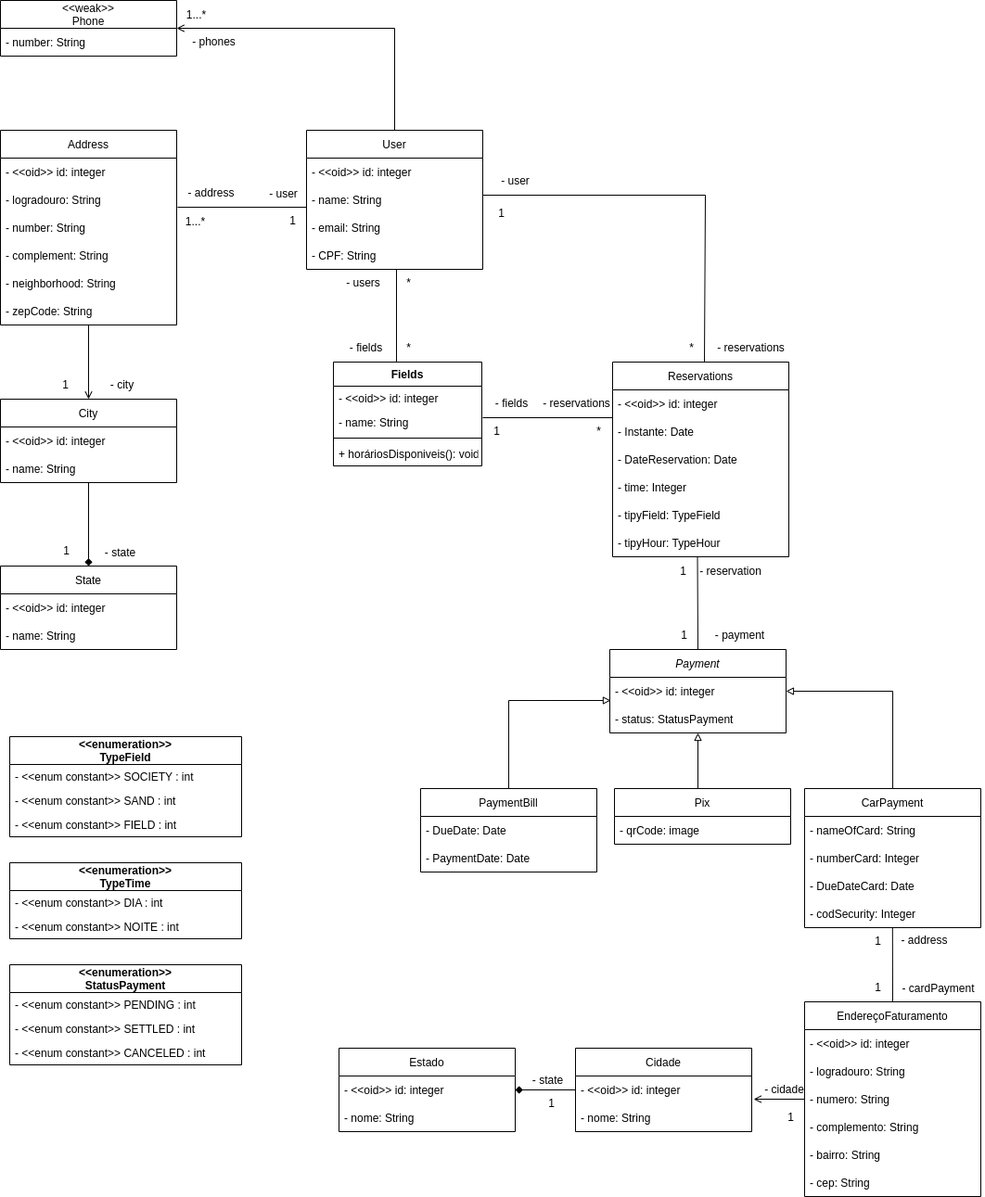
Above: Agendamento-Quadra.drawio.png in matheuskassagas/API-for-scheduling-rentals-fields (draw.io), before the change. Source tidied: cells renumbered, new cells last; positions are measured from the earlier drawing's top-left corner, leaving out a move shared by most shapes.
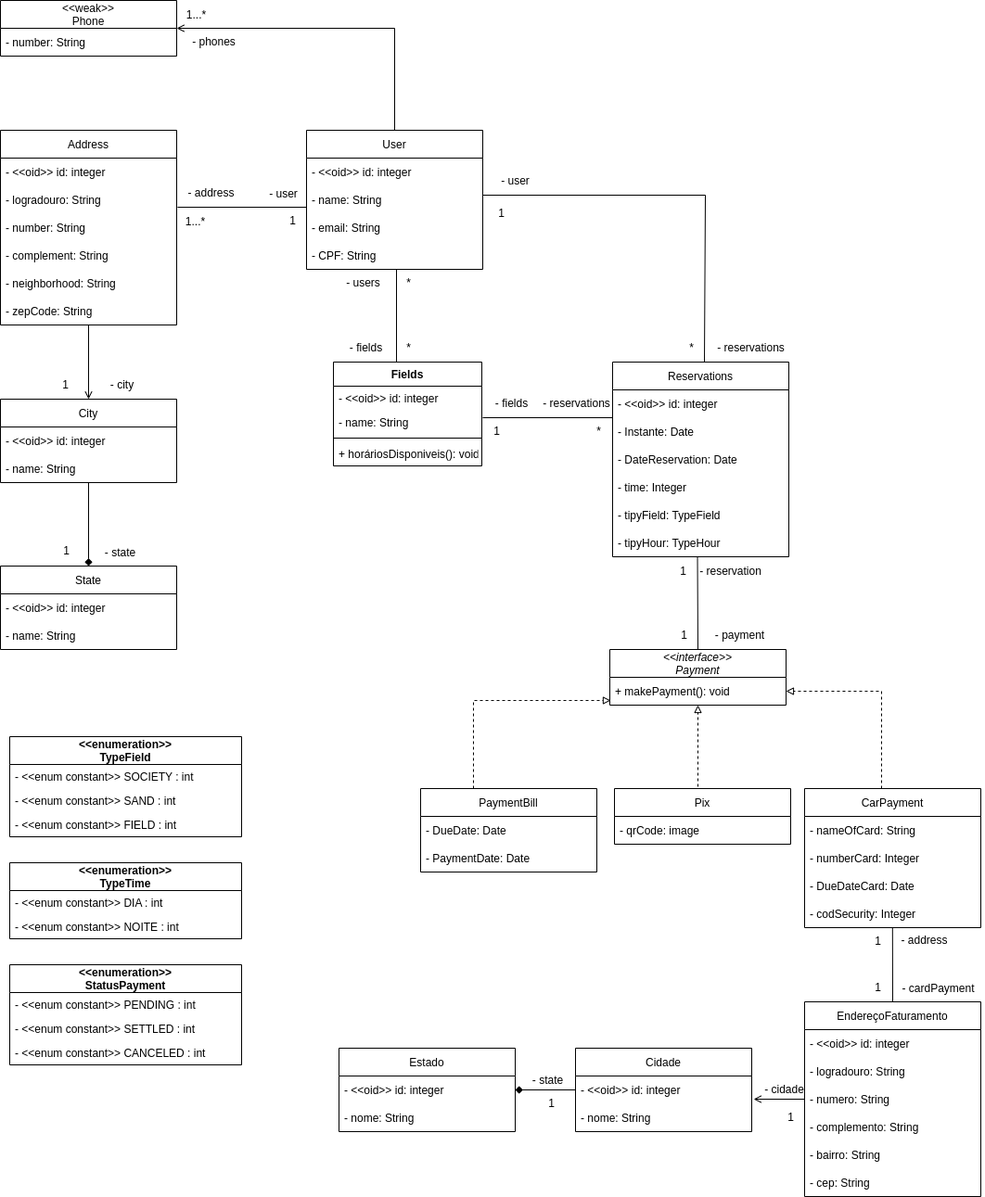
Later version of the same file.

What changed in the source:
```diff
@@ -139,17 +139,19 @@
     <mxCell id="44" value="- number: String" style="text;strokeColor=none;fillColor=none;align=left;verticalAlign=middle;spacingLeft=4;spacingRight=4;overflow=hidden;" parent="43" vertex="1">
       <mxGeometry y="30" width="190" height="30" as="geometry" />
     </mxCell>
-    <mxCell id="45" value="Payment" style="swimlane;fontStyle=2;horizontal=1;startSize=30;" parent="1" vertex="1">
-      <mxGeometry x="657" y="700" width="190" height="90" as="geometry" />
+    <mxCell id="45" value="&lt;&lt;interface&gt;&gt;&#10;Payment" style="swimlane;fontStyle=2;horizontal=1;startSize=30;" parent="1" vertex="1">
+      <mxGeometry x="657" y="700" width="190" height="60" as="geometry" />
     </mxCell>
-    <mxCell id="46" value="- &lt;&lt;oid&gt;&gt; id: integer" style="text;strokeColor=none;fillColor=none;align=left;verticalAlign=middle;spacingLeft=4;spacingRight=4;overflow=hidden;points=[[0,0.5],[1,0.5]];portConstraint=eastwest;" parent="45" vertex="1">
-      <mxGeometry y="30" width="190" height="30" as="geometry" />
-    </mxCell>
-    <mxCell id="47" value="- status: StatusPayment" style="text;strokeColor=none;fillColor=none;align=left;verticalAlign=middle;spacingLeft=4;spacingRight=4;overflow=hidden;" parent="45" vertex="1">
-      <mxGeometry y="60" width="190" height="30" as="geometry" />
-    </mxCell>
+    <mxCell id="119" value="+ makePayment(): void" style="text;strokeColor=none;fillColor=none;align=left;verticalAlign=middle;spacingLeft=4;spacingRight=4;overflow=hidden;" parent="45" vertex="1">
+      <mxGeometry y="30" width="190" height="30" as="geometry" />
+    </mxCell>
-    <mxCell id="48" style="edgeStyle=orthogonalEdgeStyle;rounded=0;jettySize=auto;html=1;entryX=1;entryY=0.5;entryDx=0;entryDy=0;endArrow=block;endFill=0;" parent="1" edge="1" source="49" target="46">
-      <mxGeometry relative="1" as="geometry" />
+    <mxCell id="48" style="edgeStyle=orthogonalEdgeStyle;rounded=0;jettySize=auto;html=1;entryX=1;entryY=0.5;entryDx=0;entryDy=0;endArrow=block;endFill=0;dashed=1;" parent="1" edge="1" source="49">
+      <mxGeometry relative="1" as="geometry">
+        <mxPoint x="847" y="745" as="targetPoint" />
+        <Array as="points">
+          <mxPoint x="950" y="745" />
+        </Array>
+      </mxGeometry>
     </mxCell>
     <mxCell id="49" value="CarPayment" style="swimlane;fontStyle=0;horizontal=1;startSize=30;" parent="1" vertex="1">
       <mxGeometry x="867" y="850" width="190" height="150" as="geometry" />
@@ -166,8 +168,13 @@
     <mxCell id="53" value="- codSecurity: Integer" style="text;strokeColor=none;fillColor=none;align=left;verticalAlign=middle;spacingLeft=4;spacingRight=4;overflow=hidden;points=[[0,0.5],[1,0.5]];portConstraint=eastwest;" parent="49" vertex="1">
       <mxGeometry y="120" width="190" height="30" as="geometry" />
     </mxCell>
-    <mxCell id="54" style="edgeStyle=orthogonalEdgeStyle;rounded=0;jettySize=auto;html=1;entryX=0.005;entryY=0.833;entryDx=0;entryDy=0;entryPerimeter=0;endArrow=block;endFill=0;" parent="1" edge="1" source="55" target="46">
-      <mxGeometry relative="1" as="geometry" />
+    <mxCell id="54" style="edgeStyle=orthogonalEdgeStyle;rounded=0;jettySize=auto;html=1;entryX=0.005;entryY=0.833;entryDx=0;entryDy=0;entryPerimeter=0;endArrow=block;endFill=0;dashed=1;" parent="1" edge="1" source="55">
+      <mxGeometry relative="1" as="geometry">
+        <mxPoint x="658" y="755" as="targetPoint" />
+        <Array as="points">
+          <mxPoint x="510" y="755" />
+        </Array>
+      </mxGeometry>
     </mxCell>
     <mxCell id="55" value="PaymentBill" style="swimlane;fontStyle=0;horizontal=1;startSize=30;" parent="1" vertex="1">
       <mxGeometry x="453" y="850" width="190" height="90" as="geometry" />
@@ -178,7 +185,7 @@
     <mxCell id="57" value="- PaymentDate: Date" style="text;strokeColor=none;fillColor=none;align=left;verticalAlign=middle;spacingLeft=4;spacingRight=4;overflow=hidden;" parent="55" vertex="1">
       <mxGeometry y="60" width="190" height="30" as="geometry" />
     </mxCell>
-    <mxCell id="58" style="edgeStyle=orthogonalEdgeStyle;rounded=0;jettySize=auto;html=1;endArrow=block;endFill=0;" parent="1" edge="1" target="45">
+    <mxCell id="58" style="edgeStyle=orthogonalEdgeStyle;rounded=0;jettySize=auto;html=1;endArrow=block;endFill=0;dashed=1;" parent="1" edge="1" target="45">
       <mxGeometry relative="1" as="geometry">
         <mxPoint x="752" y="860" as="sourcePoint" />
       </mxGeometry>
```
